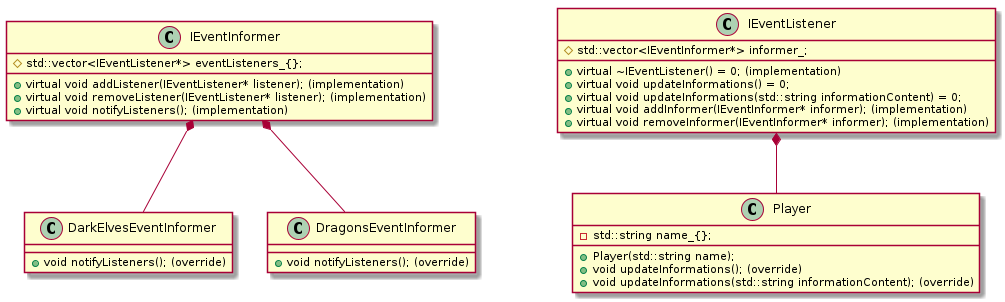
DamiXioR/observer-pattern-cpp keeps this PlantUML diagram as withObserver/uml/umlWithObserver.png. Above is the earlier version. Its diagram source:
```plantuml
@startuml

class IEventInformer {

    +virtual void addListener(IEventListener* listener); (implementation)
    +virtual void removeListener(IEventListener* listener); (implementation)
    +virtual void notifyListeners(); (implementation)

    #std::vector<IEventListener*> eventListeners_{};
}

class DarkElvesEventInformer {
    +void notifyListeners(); (override)
}

class DragonsEventInformer {
    +void notifyListeners(); (override)
}

IEventInformer *-- DarkElvesEventInformer
IEventInformer *-- DragonsEventInformer


class IEventListener {

    +virtual ~IEventListener() = 0; (implementation)
    +virtual void updateInformations() = 0;
    +virtual void updateInformations(std::string informationContent) = 0;
    +virtual void addInformer(IEventInformer* informer); (implementation)
    +virtual void removeInformer(IEventInformer* informer); (implementation)

    #std::vector<IEventInformer*> informer_;
}

class Player {
    +Player(std::string name);
    +void updateInformations(); (override)
    +void updateInformations(std::string informationContent); (override)

    -std::string name_{};
}

IEventListener *-- Player

@enduml
```
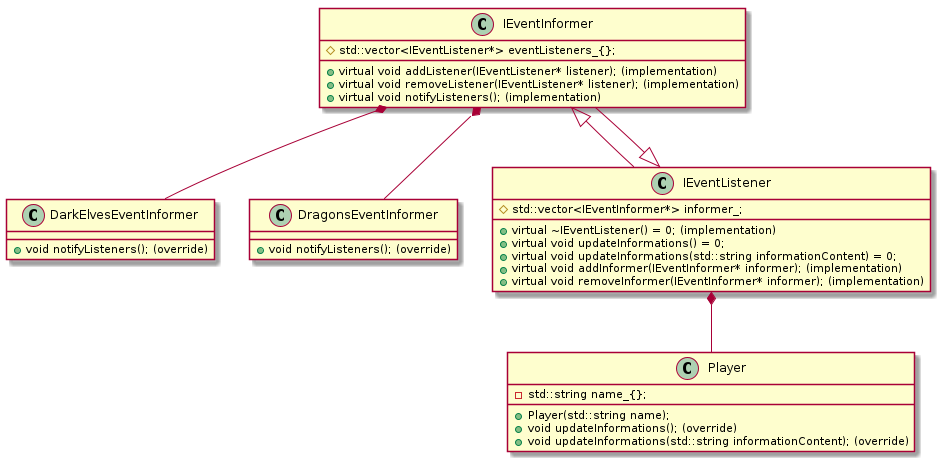
After the change.

Commit message:
modified diagram uml

Change to the diagram source:
```diff
@@ -42,4 +42,8 @@
 
 IEventListener *-- Player
 
+
+IEventInformer <|-- IEventListener
+IEventListener <|-- IEventInformer
+
 @enduml
```
